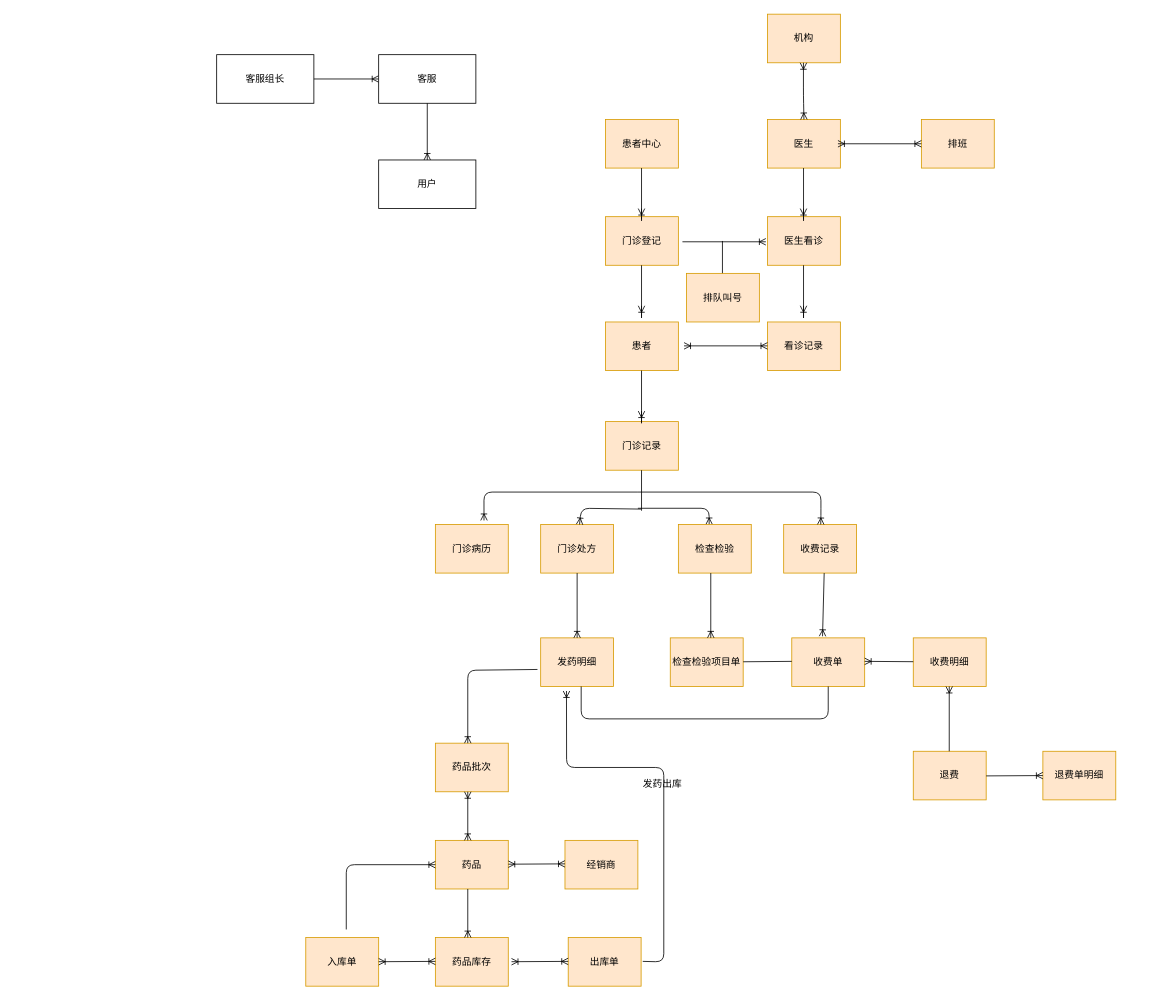
The draw.io diagram 牙管家/数据er图.drawio in cherishsince/diagrams.net, before the edit. Source tidied: cells renumbered, new cells numbered last; positions are measured from the earlier drawing's top-left corner, leaving out a move shared by most shapes. Both pictures are drawn from the tidied source at 81%, with x=0, y=0 at pixel (216, 14).
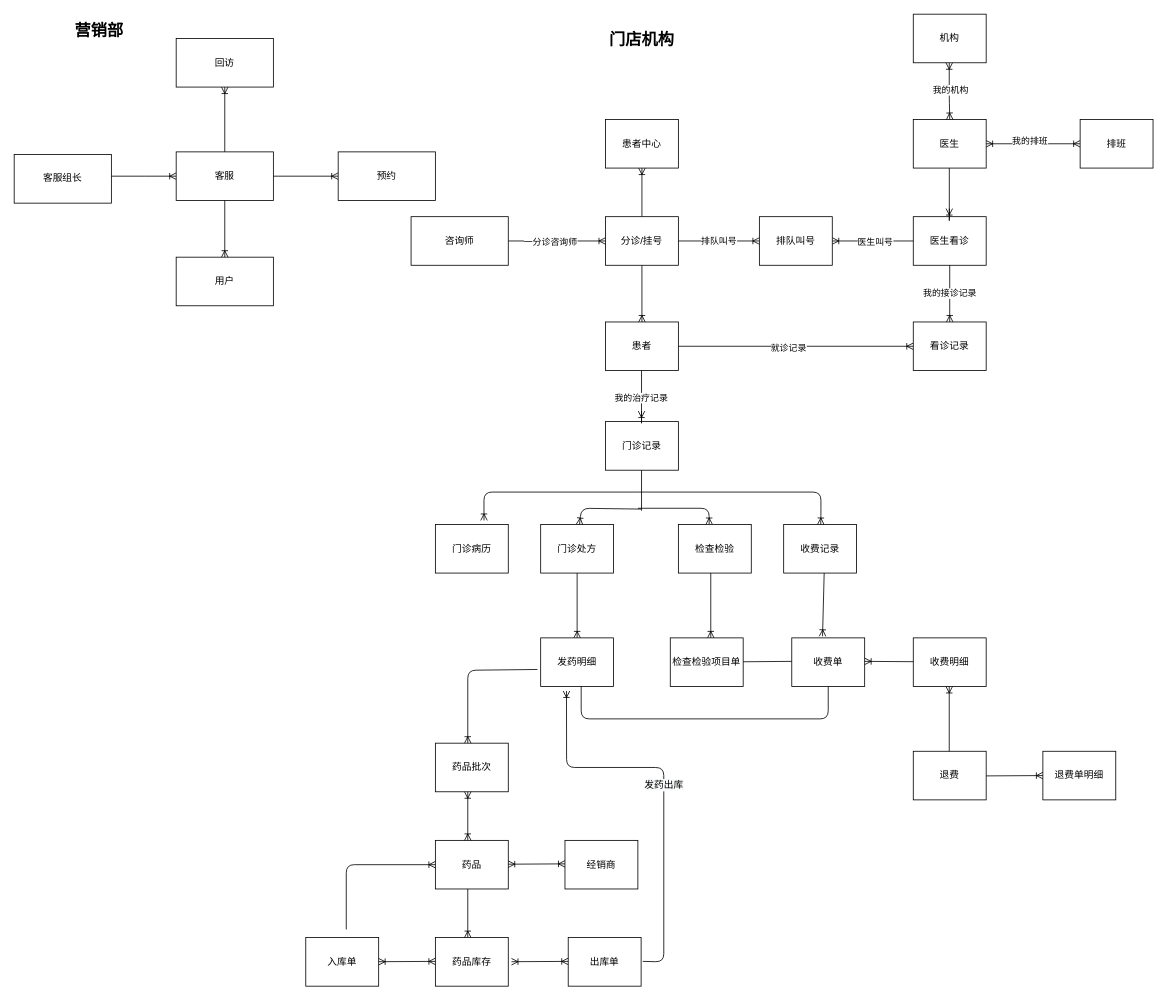
The same page after the edit.

Commit message (it also covers changes not shown here):
更新数据er图.drawio

Unchanged cells that the change refers to:
```xml
<mxCell id="5" style="endArrow=ERoneToMany;html=1;edgeStyle=orthogonalEdgeStyle;startArrow=none;startFill=0;endFill=0;" parent="1" edge="1">
  <mxGeometry relative="1" as="geometry">
    <mxPoint x="524.5" y="440" as="sourcePoint" />
    <mxPoint x="524.5" y="490" as="targetPoint" />
    <Array as="points">
      <mxPoint x="524" y="510" />
      <mxPoint x="524" y="510" />
    </Array>
  </mxGeometry>
</mxCell>
<mxCell id="51" style="endArrow=ERoneToMany;html=1;entryX=0.354;entryY=1.093;entryDx=0;entryDy=0;entryPerimeter=0;endFill=0;" parent="1" edge="1" target="32">
  <mxGeometry relative="1" as="geometry">
    <mxPoint x="526" y="1169.4" as="sourcePoint" />
    <Array as="points">
      <mxPoint x="552" y="1170" />
      <mxPoint x="552" y="930" />
      <mxPoint x="432" y="930" />
    </Array>
  </mxGeometry>
</mxCell>
```

What changed in the source:
```diff
@@
-    <mxCell id="2" value="机构" style="rounded=0;whiteSpace=wrap;html=1;fillColor=#ffe6cc;strokeColor=#d79b00;" parent="1" vertex="1">
-      <mxGeometry x="680" width="90" height="60" as="geometry" />
+    <mxCell id="2" value="机构" style="rounded=0;whiteSpace=wrap;html=1;" parent="1" vertex="1">
+      <mxGeometry x="860" width="90" height="60" as="geometry" />
     </mxCell>
-    <mxCell id="3" value="患者" style="rounded=0;whiteSpace=wrap;html=1;fillColor=#ffe6cc;strokeColor=#d79b00;" parent="1" vertex="1">
+    <mxCell id="3" value="患者" style="rounded=0;whiteSpace=wrap;html=1;" parent="1" vertex="1">
       <mxGeometry x="480" y="380" width="90" height="60" as="geometry" />
     </mxCell>
-    <mxCell id="4" value="门诊记录" style="rounded=0;whiteSpace=wrap;html=1;fillColor=#ffe6cc;strokeColor=#d79b00;" parent="1" vertex="1">
+    <mxCell id="4" value="门诊记录" style="rounded=0;whiteSpace=wrap;html=1;" parent="1" vertex="1">
       <mxGeometry x="480" y="503" width="90" height="60" as="geometry" />
     </mxCell>
@@
+    <mxCell id="67" value="我的治疗记录" style="edgeLabel;html=1;align=center;verticalAlign=middle;" parent="5" vertex="1">
+      <mxGeometry x="-0.25" y="-1" relative="1" as="geometry">
+        <mxPoint y="-1" as="offset" />
+      </mxGeometry>
+    </mxCell>
-    <mxCell id="6" value="门诊病历" style="rounded=0;whiteSpace=wrap;html=1;fillColor=#ffe6cc;strokeColor=#d79b00;" parent="1" vertex="1">
+    <mxCell id="6" value="门诊病历" style="rounded=0;whiteSpace=wrap;html=1;" parent="1" vertex="1">
       <mxGeometry x="270" y="630" width="90" height="60" as="geometry" />
     </mxCell>
-    <mxCell id="7" value="门诊处方" style="rounded=0;whiteSpace=wrap;html=1;fillColor=#ffe6cc;strokeColor=#d79b00;" parent="1" vertex="1">
+    <mxCell id="7" value="门诊处方" style="rounded=0;whiteSpace=wrap;html=1;" parent="1" vertex="1">
       <mxGeometry x="400" y="630" width="90" height="60" as="geometry" />
     </mxCell>
-    <mxCell id="8" value="收费记录" style="rounded=0;whiteSpace=wrap;html=1;fillColor=#ffe6cc;strokeColor=#d79b00;" parent="1" vertex="1">
+    <mxCell id="8" value="收费记录" style="rounded=0;whiteSpace=wrap;html=1;" parent="1" vertex="1">
       <mxGeometry x="700" y="630" width="90" height="60" as="geometry" />
     </mxCell>
@@
-    <mxCell id="15" value="检查检验" style="rounded=0;whiteSpace=wrap;html=1;fillColor=#ffe6cc;strokeColor=#d79b00;" parent="1" vertex="1">
+    <mxCell id="15" value="检查检验" style="rounded=0;whiteSpace=wrap;html=1;" parent="1" vertex="1">
       <mxGeometry x="570" y="630" width="90" height="60" as="geometry" />
     </mxCell>
+    <mxCell id="68" style="edgeStyle=orthogonalEdgeStyle;rounded=0;jettySize=auto;html=1;startArrow=none;startFill=0;endArrow=ERoneToMany;endFill=0;" parent="1" edge="1" source="16" target="23">
+      <mxGeometry relative="1" as="geometry" />
+    </mxCell>
+    <mxCell id="69" style="edgeStyle=orthogonalEdgeStyle;rounded=0;jettySize=auto;html=1;startArrow=none;startFill=0;endArrow=ERoneToMany;endFill=0;" parent="1" edge="1" source="16" target="3">
+      <mxGeometry relative="1" as="geometry" />
+    </mxCell>
-    <mxCell id="16" value="门诊登记" style="rounded=0;whiteSpace=wrap;html=1;fillColor=#ffe6cc;strokeColor=#d79b00;" parent="1" vertex="1">
+    <mxCell id="16" value="分诊/挂号" style="rounded=0;whiteSpace=wrap;html=1;" parent="1" vertex="1">
       <mxGeometry x="480" y="250" width="90" height="60" as="geometry" />
     </mxCell>
-    <mxCell id="17" style="endArrow=ERoneToMany;html=1;edgeStyle=orthogonalEdgeStyle;startArrow=none;startFill=0;endFill=0;" parent="1" edge="1">
-      <mxGeometry relative="1" as="geometry">
-        <mxPoint x="524.5" y="310" as="sourcePoint" />
-        <mxPoint x="524.5" y="360" as="targetPoint" />
-        <Array as="points">
-          <mxPoint x="524" y="380" />
-          <mxPoint x="524" y="380" />
-        </Array>
-      </mxGeometry>
-    </mxCell>
@@
-    <mxCell id="19" value="收费单" style="rounded=0;whiteSpace=wrap;html=1;fillColor=#ffe6cc;strokeColor=#d79b00;" parent="1" vertex="1">
+    <mxCell id="19" value="收费单" style="rounded=0;whiteSpace=wrap;html=1;" parent="1" vertex="1">
       <mxGeometry x="710" y="770" width="90" height="60" as="geometry" />
     </mxCell>
-    <mxCell id="20" value="医生看诊" style="rounded=0;whiteSpace=wrap;html=1;fillColor=#ffe6cc;strokeColor=#d79b00;" parent="1" vertex="1">
-      <mxGeometry x="680" y="250" width="90" height="60" as="geometry" />
+    <mxCell id="20" value="医生看诊" style="rounded=0;whiteSpace=wrap;html=1;" parent="1" vertex="1">
+      <mxGeometry x="860" y="250" width="90" height="60" as="geometry" />
     </mxCell>
-    <mxCell id="21" style="line;strokeWidth=1;dashed=0;labelPosition=right;align=left;verticalAlign=middle;spacingTop=0;spacingLeft=6;strokeColor=none;" parent="1" vertex="1">
-      <mxGeometry x="570" y="270" width="100" height="16.7" as="geometry" />
-    </mxCell>
-    <mxCell id="22" style="endArrow=ERoneToMany;html=1;entryX=-0.011;entryY=0.383;entryDx=0;entryDy=0;entryPerimeter=0;startArrow=none;startFill=0;endFill=0;" parent="1" edge="1">
-      <mxGeometry relative="1" as="geometry">
-        <mxPoint x="575" y="281" as="sourcePoint" />
-        <mxPoint x="678" y="281" as="targetPoint" />
-      </mxGeometry>
-    </mxCell>
-    <mxCell id="23" value="患者中心" style="rounded=0;whiteSpace=wrap;html=1;fillColor=#ffe6cc;strokeColor=#d79b00;" parent="1" vertex="1">
+    <mxCell id="23" value="患者中心" style="rounded=0;whiteSpace=wrap;html=1;" parent="1" vertex="1">
       <mxGeometry x="480" y="130" width="90" height="60" as="geometry" />
     </mxCell>
-    <mxCell id="24" style="endArrow=ERoneToMany;html=1;edgeStyle=orthogonalEdgeStyle;startArrow=none;startFill=0;endFill=0;" parent="1" edge="1">
-      <mxGeometry relative="1" as="geometry">
-        <mxPoint x="524.5" y="190" as="sourcePoint" />
-        <mxPoint x="524.5" y="240" as="targetPoint" />
-        <Array as="points">
-          <mxPoint x="524" y="260" />
-          <mxPoint x="524" y="260" />
-        </Array>
-      </mxGeometry>
-    </mxCell>
+    <mxCell id="70" style="edgeStyle=orthogonalEdgeStyle;rounded=0;jettySize=auto;html=1;entryX=0;entryY=0.5;entryDx=0;entryDy=0;startArrow=ERoneToMany;startFill=0;endArrow=ERoneToMany;endFill=0;" parent="1" edge="1" source="25" target="27">
+      <mxGeometry relative="1" as="geometry" />
+    </mxCell>
+    <mxCell id="71" value="我的排班" style="edgeLabel;html=1;align=center;verticalAlign=middle;" parent="70" vertex="1">
+      <mxGeometry x="-0.09" y="4" relative="1" as="geometry" />
+    </mxCell>
-    <mxCell id="25" value="医生" style="rounded=0;whiteSpace=wrap;html=1;fillColor=#ffe6cc;strokeColor=#d79b00;" parent="1" vertex="1">
-      <mxGeometry x="680" y="130" width="90" height="60" as="geometry" />
+    <mxCell id="25" value="医生" style="rounded=0;whiteSpace=wrap;html=1;" parent="1" vertex="1">
+      <mxGeometry x="860" y="130" width="90" height="60" as="geometry" />
     </mxCell>
     <mxCell id="26" style="endArrow=ERoneToMany;html=1;edgeStyle=orthogonalEdgeStyle;startArrow=none;startFill=0;endFill=0;" parent="1" edge="1">
       <mxGeometry relative="1" as="geometry">
-        <mxPoint x="724.5" y="190" as="sourcePoint" />
-        <mxPoint x="724.5" y="240" as="targetPoint" />
+        <mxPoint x="904.5" y="190" as="sourcePoint" />
+        <mxPoint x="904.5" y="240" as="targetPoint" />
         <Array as="points">
-          <mxPoint x="724" y="260" />
-          <mxPoint x="724" y="260" />
+          <mxPoint x="904" y="260" />
+          <mxPoint x="904" y="260" />
         </Array>
       </mxGeometry>
     </mxCell>
-    <mxCell id="27" value="排班" style="rounded=0;whiteSpace=wrap;html=1;fillColor=#ffe6cc;strokeColor=#d79b00;" parent="1" vertex="1">
-      <mxGeometry x="870" y="130" width="90" height="60" as="geometry" />
+    <mxCell id="27" value="排班" style="rounded=0;whiteSpace=wrap;html=1;" parent="1" vertex="1">
+      <mxGeometry x="1066" y="130" width="90" height="60" as="geometry" />
     </mxCell>
-    <mxCell id="28" style="endArrow=ERoneToMany;html=1;entryX=-0.011;entryY=0.383;entryDx=0;entryDy=0;entryPerimeter=0;startArrow=ERoneToMany;startFill=0;endFill=0;" parent="1" edge="1">
-      <mxGeometry relative="1" as="geometry">
-        <mxPoint x="767" y="160" as="sourcePoint" />
-        <mxPoint x="870" y="160" as="targetPoint" />
-      </mxGeometry>
-    </mxCell>
+    <mxCell id="72" style="edgeStyle=orthogonalEdgeStyle;rounded=0;jettySize=auto;html=1;startArrow=ERoneToMany;startFill=0;endArrow=none;endFill=0;" parent="1" edge="1" source="29" target="3">
+      <mxGeometry relative="1" as="geometry" />
+    </mxCell>
+    <mxCell id="73" value="就诊记录" style="edgeLabel;html=1;align=center;verticalAlign=middle;" parent="72" vertex="1">
+      <mxGeometry x="0.07" y="1" relative="1" as="geometry" />
+    </mxCell>
+    <mxCell id="74" value="我的接诊记录" style="edgeStyle=orthogonalEdgeStyle;rounded=0;jettySize=auto;html=1;startArrow=ERoneToMany;startFill=0;endArrow=none;endFill=0;" parent="1" edge="1" source="29" target="20">
+      <mxGeometry relative="1" as="geometry" />
+    </mxCell>
-    <mxCell id="29" value="看诊记录" style="rounded=0;whiteSpace=wrap;html=1;fillColor=#ffe6cc;strokeColor=#d79b00;" parent="1" vertex="1">
-      <mxGeometry x="680" y="380" width="90" height="60" as="geometry" />
+    <mxCell id="29" value="看诊记录" style="rounded=0;whiteSpace=wrap;html=1;" parent="1" vertex="1">
+      <mxGeometry x="860" y="380" width="90" height="60" as="geometry" />
     </mxCell>
-    <mxCell id="30" style="endArrow=ERoneToMany;html=1;edgeStyle=orthogonalEdgeStyle;startArrow=none;startFill=0;endFill=0;" parent="1" edge="1">
-      <mxGeometry relative="1" as="geometry">
-        <mxPoint x="724.5" y="310" as="sourcePoint" />
-        <mxPoint x="724.5" y="360" as="targetPoint" />
-        <Array as="points">
-          <mxPoint x="724" y="380" />
-          <mxPoint x="724" y="380" />
-        </Array>
-      </mxGeometry>
-    </mxCell>
-    <mxCell id="31" style="endArrow=ERoneToMany;html=1;entryX=-0.011;entryY=0.383;entryDx=0;entryDy=0;entryPerimeter=0;startArrow=ERoneToMany;startFill=0;endFill=0;" parent="1" edge="1">
-      <mxGeometry relative="1" as="geometry">
-        <mxPoint x="577" y="409.5" as="sourcePoint" />
-        <mxPoint x="680" y="409.5" as="targetPoint" />
-      </mxGeometry>
-    </mxCell>
-    <mxCell id="32" value="发药明细" style="rounded=0;whiteSpace=wrap;html=1;fillColor=#ffe6cc;strokeColor=#d79b00;" parent="1" vertex="1">
+    <mxCell id="32" value="发药明细" style="rounded=0;whiteSpace=wrap;html=1;" parent="1" vertex="1">
       <mxGeometry x="400" y="770" width="90" height="60" as="geometry" />
     </mxCell>
@@
-    <mxCell id="34" value="检查检验项目单" style="rounded=0;whiteSpace=wrap;html=1;fillColor=#ffe6cc;strokeColor=#d79b00;" parent="1" vertex="1">
+    <mxCell id="34" value="检查检验项目单" style="rounded=0;whiteSpace=wrap;html=1;" parent="1" vertex="1">
       <mxGeometry x="560" y="770" width="90" height="60" as="geometry" />
     </mxCell>
@@
-    <mxCell id="38" value="药品批次" style="rounded=0;whiteSpace=wrap;html=1;fillColor=#ffe6cc;strokeColor=#d79b00;" parent="1" vertex="1">
+    <mxCell id="38" value="药品批次" style="rounded=0;whiteSpace=wrap;html=1;" parent="1" vertex="1">
       <mxGeometry x="270" y="900" width="90" height="60" as="geometry" />
     </mxCell>
@@
-    <mxCell id="40" value="药品" style="rounded=0;whiteSpace=wrap;html=1;fillColor=#ffe6cc;strokeColor=#d79b00;" parent="1" vertex="1">
+    <mxCell id="40" value="药品" style="rounded=0;whiteSpace=wrap;html=1;" parent="1" vertex="1">
       <mxGeometry x="270" y="1020" width="90" height="60" as="geometry" />
     </mxCell>
@@
-    <mxCell id="42" value="药品库存" style="rounded=0;whiteSpace=wrap;html=1;fillColor=#ffe6cc;strokeColor=#d79b00;" parent="1" vertex="1">
+    <mxCell id="42" value="药品库存" style="rounded=0;whiteSpace=wrap;html=1;" parent="1" vertex="1">
       <mxGeometry x="270" y="1140" width="90" height="60" as="geometry" />
     </mxCell>
@@
-    <mxCell id="44" value="经销商" style="rounded=0;whiteSpace=wrap;html=1;fillColor=#ffe6cc;strokeColor=#d79b00;" parent="1" vertex="1">
+    <mxCell id="44" value="经销商" style="rounded=0;whiteSpace=wrap;html=1;" parent="1" vertex="1">
       <mxGeometry x="430" y="1020" width="90" height="60" as="geometry" />
     </mxCell>
@@
-    <mxCell id="46" value="入库单" style="rounded=0;whiteSpace=wrap;html=1;fillColor=#ffe6cc;strokeColor=#d79b00;" parent="1" vertex="1">
+    <mxCell id="46" value="入库单" style="rounded=0;whiteSpace=wrap;html=1;" parent="1" vertex="1">
       <mxGeometry x="110" y="1140" width="90" height="60" as="geometry" />
     </mxCell>
@@
-    <mxCell id="49" value="出库单" style="rounded=0;whiteSpace=wrap;html=1;fillColor=#ffe6cc;strokeColor=#d79b00;" parent="1" vertex="1">
+    <mxCell id="49" value="出库单" style="rounded=0;whiteSpace=wrap;html=1;" parent="1" vertex="1">
       <mxGeometry x="434" y="1140" width="90" height="60" as="geometry" />
     </mxCell>
@@
-    <mxCell id="52" value="发药出库" style="text;html=1;align=center;verticalAlign=middle;" parent="1" vertex="1">
-      <mxGeometry x="520" y="940" width="60" height="20" as="geometry" />
+    <mxCell id="52" value="&lt;span style=&quot;font-size: 12px ; background-color: rgb(248 , 249 , 250)&quot;&gt;发药出库&lt;/span&gt;" style="edgeLabel;html=1;align=center;verticalAlign=middle;" parent="51" vertex="1">
+      <mxGeometry x="0.02" y="1" relative="1" as="geometry" />
     </mxCell>
-    <mxCell id="53" value="收费明细" style="rounded=0;whiteSpace=wrap;html=1;fillColor=#ffe6cc;strokeColor=#d79b00;" parent="1" vertex="1">
+    <mxCell id="53" value="收费明细" style="rounded=0;whiteSpace=wrap;html=1;" parent="1" vertex="1">
       <mxGeometry x="860" y="770" width="90" height="60" as="geometry" />
     </mxCell>
@@
     <mxCell id="55" style="endArrow=ERoneToMany;html=1;edgeStyle=orthogonalEdgeStyle;startArrow=ERoneToMany;startFill=0;endFill=0;entryX=0.5;entryY=0;entryDx=0;entryDy=0;" parent="1" edge="1" target="25">
       <mxGeometry relative="1" as="geometry">
-        <mxPoint x="724.4" y="60" as="sourcePoint" />
+        <mxPoint x="904.4" y="60" as="sourcePoint" />
         <Array as="points">
-          <mxPoint x="724" y="100" />
+          <mxPoint x="904" y="100" />
         </Array>
       </mxGeometry>
     </mxCell>
-    <mxCell id="56" style="endArrow=none;html=1;" parent="1" edge="1">
-      <mxGeometry relative="1" as="geometry">
-        <mxPoint x="624.4" y="330" as="sourcePoint" />
-        <mxPoint x="624.4" y="280" as="targetPoint" />
-      </mxGeometry>
-    </mxCell>
+    <mxCell id="75" value="我的机构" style="edgeLabel;html=1;align=center;verticalAlign=middle;" parent="55" vertex="1">
+      <mxGeometry x="-0.08" y="1" relative="1" as="geometry">
+        <mxPoint y="1" as="offset" />
+      </mxGeometry>
+    </mxCell>
+    <mxCell id="76" value="排队叫号" style="edgeStyle=orthogonalEdgeStyle;rounded=0;jettySize=auto;html=1;startArrow=ERoneToMany;startFill=0;endArrow=none;endFill=0;" parent="1" edge="1" source="57" target="16">
+      <mxGeometry relative="1" as="geometry" />
+    </mxCell>
+    <mxCell id="77" style="edgeStyle=orthogonalEdgeStyle;rounded=0;jettySize=auto;html=1;entryX=0;entryY=0.5;entryDx=0;entryDy=0;startArrow=ERoneToMany;startFill=0;endArrow=none;endFill=0;" parent="1" edge="1" source="57" target="20">
+      <mxGeometry relative="1" as="geometry" />
+    </mxCell>
+    <mxCell id="78" value="医生叫号" style="edgeLabel;html=1;align=center;verticalAlign=middle;" parent="77" vertex="1">
+      <mxGeometry x="0.04" y="-1" relative="1" as="geometry" />
+    </mxCell>
-    <mxCell id="57" value="排队叫号" style="rounded=0;whiteSpace=wrap;html=1;fillColor=#ffe6cc;strokeColor=#d79b00;" parent="1" vertex="1">
-      <mxGeometry x="580" y="320" width="90" height="60" as="geometry" />
+    <mxCell id="57" value="排队叫号" style="rounded=0;whiteSpace=wrap;html=1;" parent="1" vertex="1">
+      <mxGeometry x="670" y="250" width="90" height="60" as="geometry" />
     </mxCell>
-    <mxCell id="58" value="退费" style="rounded=0;whiteSpace=wrap;html=1;fillColor=#ffe6cc;strokeColor=#d79b00;" parent="1" vertex="1">
+    <mxCell id="58" value="退费" style="rounded=0;whiteSpace=wrap;html=1;" parent="1" vertex="1">
       <mxGeometry x="860" y="910" width="90" height="60" as="geometry" />
     </mxCell>
@@
-    <mxCell id="60" value="退费单明细" style="rounded=0;whiteSpace=wrap;html=1;fillColor=#ffe6cc;strokeColor=#d79b00;" parent="1" vertex="1">
+    <mxCell id="60" value="退费单明细" style="rounded=0;whiteSpace=wrap;html=1;" parent="1" vertex="1">
       <mxGeometry x="1020" y="910" width="90" height="60" as="geometry" />
     </mxCell>
@@
     <mxCell id="62" value="客服组长" style="rounded=0;whiteSpace=wrap;html=1;" parent="1" vertex="1">
-      <mxGeometry y="50" width="120" height="60" as="geometry" />
+      <mxGeometry x="-250" y="173.3" width="120" height="60" as="geometry" />
     </mxCell>
-    <mxCell id="63" style="edgeStyle=orthogonalEdgeStyle;rounded=0;jettySize=auto;html=1;endArrow=none;endFill=0;startArrow=ERoneToMany;startFill=0;" parent="1" edge="1" source="64" target="62">
-      <mxGeometry relative="1" as="geometry" />
+    <mxCell id="63" style="edgeStyle=orthogonalEdgeStyle;rounded=0;jettySize=auto;html=1;endArrow=none;endFill=0;startArrow=ERoneToMany;startFill=0;" parent="1" edge="1" source="64">
+      <mxGeometry relative="1" as="geometry">
+        <mxPoint x="-130" y="200" as="targetPoint" />
+      </mxGeometry>
     </mxCell>
     <mxCell id="64" value="客服" style="rounded=0;whiteSpace=wrap;html=1;" parent="1" vertex="1">
-      <mxGeometry x="200" y="50" width="120" height="60" as="geometry" />
+      <mxGeometry x="-50" y="170" width="120" height="60" as="geometry" />
     </mxCell>
@@
     <mxCell id="66" value="用户" style="rounded=0;whiteSpace=wrap;html=1;" parent="1" vertex="1">
-      <mxGeometry x="200" y="180" width="120" height="60" as="geometry" />
+      <mxGeometry x="-50" y="300" width="120" height="60" as="geometry" />
     </mxCell>
+    <mxCell id="79" style="edgeStyle=orthogonalEdgeStyle;rounded=0;jettySize=auto;html=1;startArrow=ERoneToMany;startFill=0;endArrow=none;endFill=0;" parent="1" edge="1" source="80" target="64">
+      <mxGeometry relative="1" as="geometry" />
+    </mxCell>
+    <mxCell id="80" value="回访" style="rounded=0;whiteSpace=wrap;html=1;" parent="1" vertex="1">
+      <mxGeometry x="-50" y="30" width="120" height="60" as="geometry" />
+    </mxCell>
+    <mxCell id="81" style="edgeStyle=orthogonalEdgeStyle;rounded=0;jettySize=auto;html=1;startArrow=ERoneToMany;startFill=0;endArrow=none;endFill=0;" parent="1" edge="1" source="82" target="64">
+      <mxGeometry relative="1" as="geometry" />
+    </mxCell>
+    <mxCell id="82" value="预约" style="rounded=0;whiteSpace=wrap;html=1;" parent="1" vertex="1">
+      <mxGeometry x="150" y="170" width="120" height="60" as="geometry" />
+    </mxCell>
+    <mxCell id="83" value="&lt;font style=&quot;font-size: 20px&quot;&gt;&lt;b&gt;营销部&lt;/b&gt;&lt;/font&gt;" style="text;html=1;align=center;verticalAlign=middle;whiteSpace=wrap;rounded=0;" parent="1" vertex="1">
+      <mxGeometry x="-190" y="10" width="90" height="20" as="geometry" />
+    </mxCell>
+    <mxCell id="84" value="&lt;font style=&quot;font-size: 20px&quot;&gt;&lt;b&gt;门店机构&lt;/b&gt;&lt;/font&gt;" style="text;html=1;align=center;verticalAlign=middle;whiteSpace=wrap;rounded=0;" parent="1" vertex="1">
+      <mxGeometry x="480" y="20" width="90" height="20" as="geometry" />
+    </mxCell>
+    <mxCell id="85" style="edgeStyle=orthogonalEdgeStyle;rounded=0;jettySize=auto;html=1;startArrow=none;startFill=0;endArrow=ERoneToMany;endFill=0;" parent="1" edge="1" source="87" target="16">
+      <mxGeometry relative="1" as="geometry" />
+    </mxCell>
+    <mxCell id="86" value="一分诊咨询师" style="edgeLabel;html=1;align=center;verticalAlign=middle;" parent="85" vertex="1">
+      <mxGeometry x="-0.15" y="-3" relative="1" as="geometry">
+        <mxPoint y="-3" as="offset" />
+      </mxGeometry>
+    </mxCell>
+    <mxCell id="87" value="咨询师" style="rounded=0;whiteSpace=wrap;html=1;" parent="1" vertex="1">
+      <mxGeometry x="240" y="250" width="120" height="60" as="geometry" />
+    </mxCell>
```
